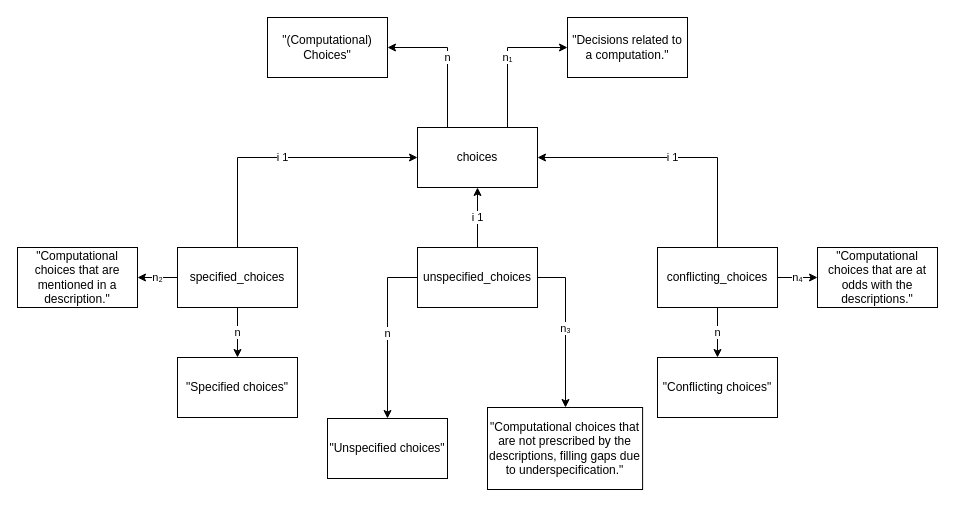
The draw.io diagram page "03-choices" (4 of 11) of model-analysis-errors.drawio in nicebread/scientific_errors, before the edit. Source tidied: cells renumbered, new cells numbered last; positions are measured from the earlier drawing's top-left corner, leaving out a move shared by most shapes. Both pictures are drawn from the tidied source at 100%, with x=0, y=0 at pixel (17, 17).
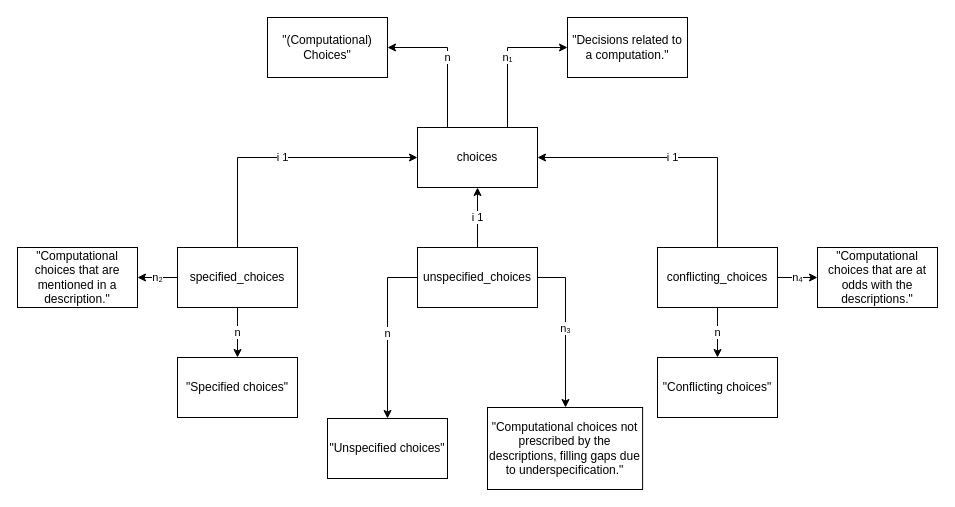
The same page after the edit.

Commit message (it also covers changes not shown here):
Improve wording of description scope and unspecified choices and fix VAST display 2

Diff of the diagram source:
```diff
@@
-    <mxCell id="19" value="&quot;Computational choices that are not prescribed by the descriptions, filling gaps due to underspecification.&quot;" style="rounded=0;whiteSpace=wrap;html=1;" parent="1" vertex="1">
+    <mxCell id="19" value="&quot;Computational choices not prescribed by the descriptions, filling gaps due to underspecification.&quot;" style="rounded=0;whiteSpace=wrap;html=1;" parent="1" vertex="1">
       <mxGeometry x="470" y="390" width="155.1" height="82" as="geometry" />
     </mxCell>
```
